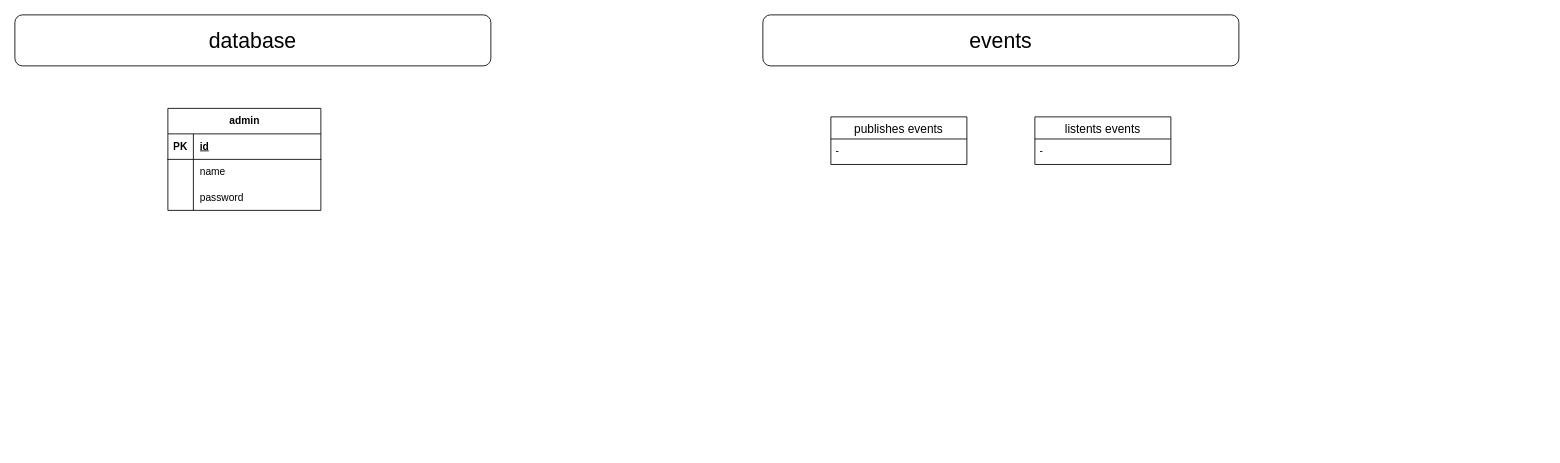
Earlier version of the draw.io diagram page "admin" (4 of 11) of app.drawio (ernurQ/eat-web-diagrams). Source tidied: cells renumbered, new cells numbered last; positions are measured from the earlier drawing's top-left corner, leaving out a move shared by most shapes. Both pictures are drawn from the tidied source at 85%, with x=0, y=0 at pixel (14, 14).
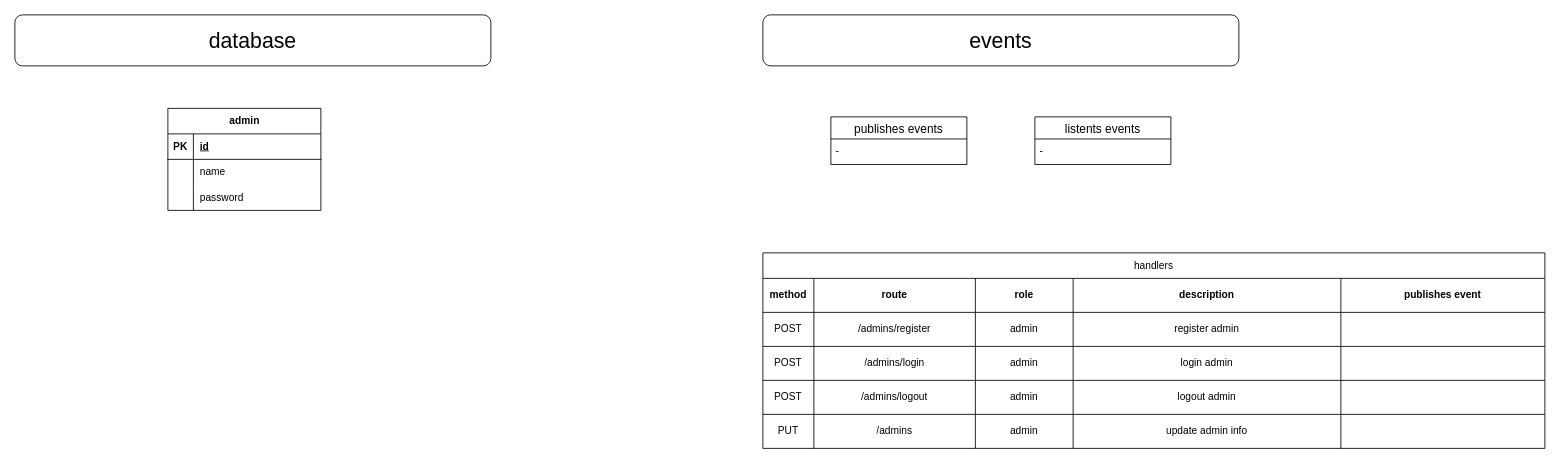
After the change.

Change to the diagram source:
```diff
@@
+    <mxCell id="18" value="handlers" style="shape=table;startSize=30;childLayout=tableLayout;strokeColor=default;fontSize=12;" parent="1" vertex="1">
+      <mxGeometry x="880" y="280" width="920" height="230" as="geometry" />
+    </mxCell>
+    <mxCell id="19" style="shape=tableRow;horizontal=0;startSize=0;swimlaneHead=0;swimlaneBody=0;strokeColor=inherit;top=0;left=0;bottom=0;right=0;fillColor=none;fontSize=12;" parent="18" vertex="1">
+      <mxGeometry y="30" width="920" height="40" as="geometry" />
+    </mxCell>
+    <mxCell id="20" value="&lt;b&gt;method&lt;/b&gt;" style="shape=partialRectangle;html=1;whiteSpace=wrap;strokeColor=inherit;overflow=hidden;fillColor=none;top=0;left=0;bottom=0;right=0;fontSize=12;" parent="19" vertex="1">
+      <mxGeometry width="60" height="40" as="geometry" />
+    </mxCell>
+    <mxCell id="21" value="&lt;b&gt;route&lt;/b&gt;" style="shape=partialRectangle;html=1;whiteSpace=wrap;strokeColor=inherit;overflow=hidden;fillColor=none;top=0;left=0;bottom=0;right=0;fontSize=12;" parent="19" vertex="1">
+      <mxGeometry x="60" width="190" height="40" as="geometry" />
+    </mxCell>
+    <mxCell id="22" value="&lt;b&gt;role&lt;/b&gt;" style="shape=partialRectangle;html=1;whiteSpace=wrap;strokeColor=inherit;overflow=hidden;fillColor=none;top=0;left=0;bottom=0;right=0;fontSize=12;" parent="19" vertex="1">
+      <mxGeometry x="250" width="115" height="40" as="geometry" />
+    </mxCell>
+    <mxCell id="23" value="&lt;b&gt;description&lt;/b&gt;" style="shape=partialRectangle;html=1;whiteSpace=wrap;strokeColor=inherit;overflow=hidden;fillColor=none;top=0;left=0;bottom=0;right=0;fontSize=12;" parent="19" vertex="1">
+      <mxGeometry x="365" width="315" height="40" as="geometry" />
+    </mxCell>
+    <mxCell id="24" value="&lt;b&gt;publishes event&lt;/b&gt;" style="shape=partialRectangle;html=1;whiteSpace=wrap;strokeColor=inherit;overflow=hidden;fillColor=none;top=0;left=0;bottom=0;right=0;fontSize=12;" parent="19" vertex="1">
+      <mxGeometry x="680" width="240" height="40" as="geometry" />
+    </mxCell>
+    <mxCell id="25" style="shape=tableRow;horizontal=0;startSize=0;swimlaneHead=0;swimlaneBody=0;strokeColor=inherit;top=0;left=0;bottom=0;right=0;fillColor=none;fontSize=12;" parent="18" vertex="1">
+      <mxGeometry y="70" width="920" height="40" as="geometry" />
+    </mxCell>
+    <mxCell id="26" value="POST" style="shape=partialRectangle;html=1;whiteSpace=wrap;strokeColor=inherit;overflow=hidden;fillColor=none;top=0;left=0;bottom=0;right=0;fontSize=12;" parent="25" vertex="1">
+      <mxGeometry width="60" height="40" as="geometry" />
+    </mxCell>
+    <mxCell id="27" value="/admins/register" style="shape=partialRectangle;html=1;whiteSpace=wrap;strokeColor=inherit;overflow=hidden;fillColor=none;top=0;left=0;bottom=0;right=0;fontSize=12;align=center;" parent="25" vertex="1">
+      <mxGeometry x="60" width="190" height="40" as="geometry" />
+    </mxCell>
+    <mxCell id="28" value="admin" style="shape=partialRectangle;html=1;whiteSpace=wrap;strokeColor=inherit;overflow=hidden;fillColor=none;top=0;left=0;bottom=0;right=0;fontSize=12;align=center;" parent="25" vertex="1">
+      <mxGeometry x="250" width="115" height="40" as="geometry" />
+    </mxCell>
+    <mxCell id="29" value="register admin" style="shape=partialRectangle;html=1;whiteSpace=wrap;strokeColor=inherit;overflow=hidden;fillColor=none;top=0;left=0;bottom=0;right=0;fontSize=12;" parent="25" vertex="1">
+      <mxGeometry x="365" width="315" height="40" as="geometry" />
+    </mxCell>
+    <mxCell id="30" style="shape=partialRectangle;html=1;whiteSpace=wrap;strokeColor=inherit;overflow=hidden;fillColor=none;top=0;left=0;bottom=0;right=0;fontSize=12;" parent="25" vertex="1">
+      <mxGeometry x="680" width="240" height="40" as="geometry" />
+    </mxCell>
+    <mxCell id="31" style="shape=tableRow;horizontal=0;startSize=0;swimlaneHead=0;swimlaneBody=0;strokeColor=inherit;top=0;left=0;bottom=0;right=0;fillColor=none;fontSize=12;" parent="18" vertex="1">
+      <mxGeometry y="110" width="920" height="40" as="geometry" />
+    </mxCell>
+    <mxCell id="32" value="POST" style="shape=partialRectangle;html=1;whiteSpace=wrap;strokeColor=inherit;overflow=hidden;fillColor=none;top=0;left=0;bottom=0;right=0;fontSize=12;" parent="31" vertex="1">
+      <mxGeometry width="60" height="40" as="geometry" />
+    </mxCell>
+    <mxCell id="33" value="/admins/login" style="shape=partialRectangle;html=1;whiteSpace=wrap;strokeColor=inherit;overflow=hidden;fillColor=none;top=0;left=0;bottom=0;right=0;fontSize=12;" parent="31" vertex="1">
+      <mxGeometry x="60" width="190" height="40" as="geometry" />
+    </mxCell>
+    <mxCell id="34" value="admin" style="shape=partialRectangle;html=1;whiteSpace=wrap;strokeColor=inherit;overflow=hidden;fillColor=none;top=0;left=0;bottom=0;right=0;fontSize=12;" parent="31" vertex="1">
+      <mxGeometry x="250" width="115" height="40" as="geometry" />
+    </mxCell>
+    <mxCell id="35" value="login admin" style="shape=partialRectangle;html=1;whiteSpace=wrap;strokeColor=inherit;overflow=hidden;fillColor=none;top=0;left=0;bottom=0;right=0;fontSize=12;" parent="31" vertex="1">
+      <mxGeometry x="365" width="315" height="40" as="geometry" />
+    </mxCell>
+    <mxCell id="36" style="shape=partialRectangle;html=1;whiteSpace=wrap;strokeColor=inherit;overflow=hidden;fillColor=none;top=0;left=0;bottom=0;right=0;fontSize=12;" parent="31" vertex="1">
+      <mxGeometry x="680" width="240" height="40" as="geometry" />
+    </mxCell>
+    <mxCell id="37" style="shape=tableRow;horizontal=0;startSize=0;swimlaneHead=0;swimlaneBody=0;strokeColor=inherit;top=0;left=0;bottom=0;right=0;fillColor=none;fontSize=12;" parent="18" vertex="1">
+      <mxGeometry y="150" width="920" height="40" as="geometry" />
+    </mxCell>
+    <mxCell id="38" value="POST" style="shape=partialRectangle;html=1;whiteSpace=wrap;strokeColor=inherit;overflow=hidden;fillColor=none;top=0;left=0;bottom=0;right=0;fontSize=12;" parent="37" vertex="1">
+      <mxGeometry width="60" height="40" as="geometry" />
+    </mxCell>
+    <mxCell id="39" value="/admins/logout" style="shape=partialRectangle;html=1;whiteSpace=wrap;strokeColor=inherit;overflow=hidden;fillColor=none;top=0;left=0;bottom=0;right=0;fontSize=12;" parent="37" vertex="1">
+      <mxGeometry x="60" width="190" height="40" as="geometry" />
+    </mxCell>
+    <mxCell id="40" value="admin" style="shape=partialRectangle;html=1;whiteSpace=wrap;strokeColor=inherit;overflow=hidden;fillColor=none;top=0;left=0;bottom=0;right=0;fontSize=12;" parent="37" vertex="1">
+      <mxGeometry x="250" width="115" height="40" as="geometry" />
+    </mxCell>
+    <mxCell id="41" value="logout admin" style="shape=partialRectangle;html=1;whiteSpace=wrap;strokeColor=inherit;overflow=hidden;fillColor=none;top=0;left=0;bottom=0;right=0;fontSize=12;" parent="37" vertex="1">
+      <mxGeometry x="365" width="315" height="40" as="geometry" />
+    </mxCell>
+    <mxCell id="42" style="shape=partialRectangle;html=1;whiteSpace=wrap;strokeColor=inherit;overflow=hidden;fillColor=none;top=0;left=0;bottom=0;right=0;fontSize=12;" parent="37" vertex="1">
+      <mxGeometry x="680" width="240" height="40" as="geometry" />
+    </mxCell>
+    <mxCell id="43" style="shape=tableRow;horizontal=0;startSize=0;swimlaneHead=0;swimlaneBody=0;strokeColor=inherit;top=0;left=0;bottom=0;right=0;fillColor=none;fontSize=12;" parent="18" vertex="1">
+      <mxGeometry y="190" width="920" height="40" as="geometry" />
+    </mxCell>
+    <mxCell id="44" value="PUT" style="shape=partialRectangle;html=1;whiteSpace=wrap;strokeColor=inherit;overflow=hidden;fillColor=none;top=0;left=0;bottom=0;right=0;fontSize=12;" parent="43" vertex="1">
+      <mxGeometry width="60" height="40" as="geometry" />
+    </mxCell>
+    <mxCell id="45" value="/admins" style="shape=partialRectangle;html=1;whiteSpace=wrap;strokeColor=inherit;overflow=hidden;fillColor=none;top=0;left=0;bottom=0;right=0;fontSize=12;" parent="43" vertex="1">
+      <mxGeometry x="60" width="190" height="40" as="geometry" />
+    </mxCell>
+    <mxCell id="46" value="admin" style="shape=partialRectangle;html=1;whiteSpace=wrap;strokeColor=inherit;overflow=hidden;fillColor=none;top=0;left=0;bottom=0;right=0;fontSize=12;" parent="43" vertex="1">
+      <mxGeometry x="250" width="115" height="40" as="geometry" />
+    </mxCell>
+    <mxCell id="47" value="update admin info" style="shape=partialRectangle;html=1;whiteSpace=wrap;strokeColor=inherit;overflow=hidden;fillColor=none;top=0;left=0;bottom=0;right=0;fontSize=12;" parent="43" vertex="1">
+      <mxGeometry x="365" width="315" height="40" as="geometry" />
+    </mxCell>
+    <mxCell id="48" style="shape=partialRectangle;html=1;whiteSpace=wrap;strokeColor=inherit;overflow=hidden;fillColor=none;top=0;left=0;bottom=0;right=0;fontSize=12;" parent="43" vertex="1">
+      <mxGeometry x="680" width="240" height="40" as="geometry" />
+    </mxCell>
```
